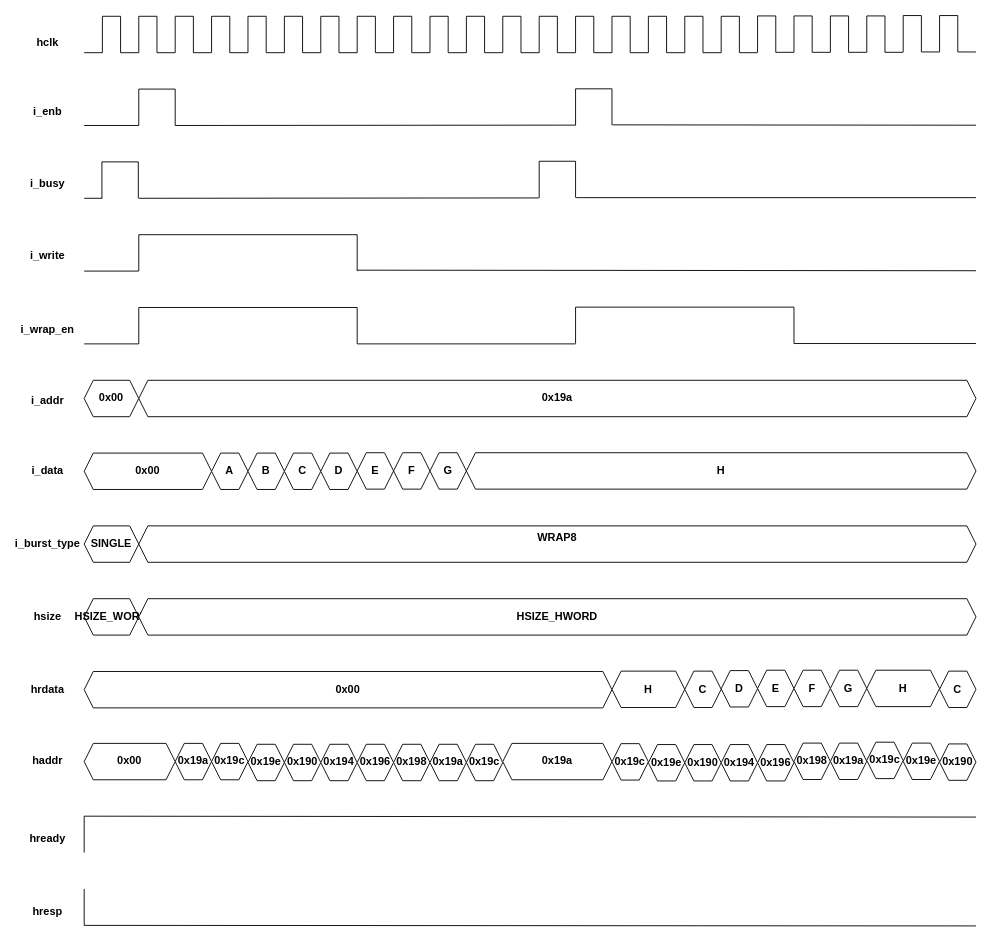
106210049/AMBA-AHB keeps this draw.io diagram as page "WRAP8" (17 of 19) of AMBA AHB.drawio. Above is the earlier version. Source tidied: cells renumbered, new cells numbered last; positions are measured from the earlier drawing's top-left corner, leaving out a move shared by most shapes. Both pictures are drawn from the tidied source at 91%, with x=0, y=0 at pixel (20, 15).
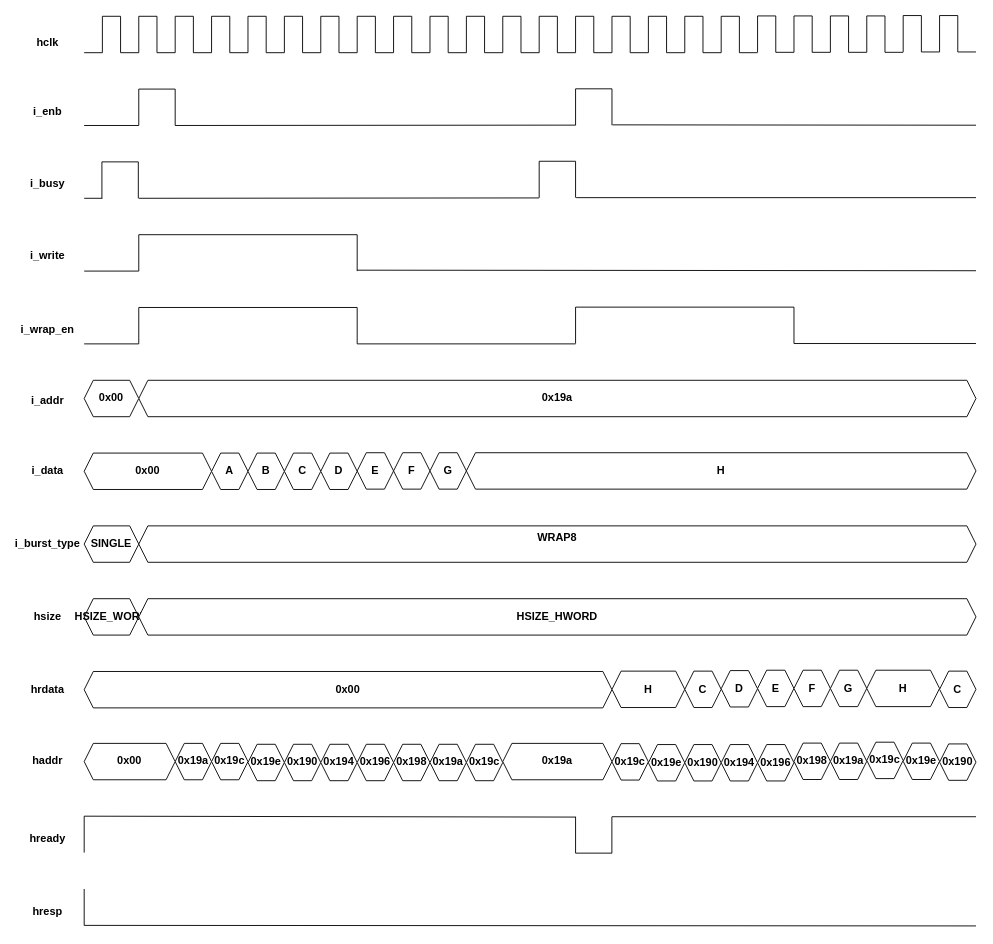
Above is the later version.

Change to the diagram source:
```diff
@@
     <mxCell id="123" style="endArrow=none;html=1;rounded=0;" parent="1" edge="1">
       <mxGeometry relative="1" as="geometry">
         <mxPoint x="70" y="879.4" as="sourcePoint" />
-        <mxPoint x="1050" y="880.4" as="targetPoint" />
+        <mxPoint x="610" y="880.4" as="targetPoint" />
       </mxGeometry>
     </mxCell>
@@
+    <mxCell id="193" style="endArrow=none;html=1;rounded=0;" parent="1" edge="1">
+      <mxGeometry relative="1" as="geometry">
+        <mxPoint x="610" y="920" as="sourcePoint" />
+        <mxPoint x="610" y="880" as="targetPoint" />
+      </mxGeometry>
+    </mxCell>
+    <mxCell id="194" style="endArrow=none;html=1;rounded=0;" parent="1" edge="1">
+      <mxGeometry relative="1" as="geometry">
+        <mxPoint x="610" y="920" as="sourcePoint" />
+        <mxPoint x="650" y="920" as="targetPoint" />
+      </mxGeometry>
+    </mxCell>
+    <mxCell id="195" style="endArrow=none;html=1;rounded=0;" parent="1" edge="1">
+      <mxGeometry relative="1" as="geometry">
+        <mxPoint x="649.9" y="920" as="sourcePoint" />
+        <mxPoint x="649.9" y="880" as="targetPoint" />
+      </mxGeometry>
+    </mxCell>
+    <mxCell id="196" style="endArrow=none;html=1;rounded=0;" parent="1" edge="1">
+      <mxGeometry relative="1" as="geometry">
+        <mxPoint x="650" y="880" as="sourcePoint" />
+        <mxPoint x="1050" y="880" as="targetPoint" />
+      </mxGeometry>
+    </mxCell>
```
